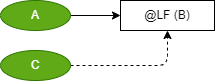
Before: Language/png/IF2.dio.png, a diagram exported from draw.io (DualsoftDev/ds). Source tidied: cells renumbered, new cells last; positions are measured from the earlier drawing's top-left corner, leaving out a move shared by most shapes.
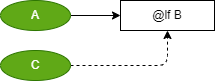
The same file after the commit.

Diff of the diagram source:
```diff
@@ -11,7 +11,7 @@
     <mxCell id="4" value="C" style="ellipse;whiteSpace=wrap;html=1;fillColor=#60a917;fontColor=#ffffff;strokeColor=#2D7600;" parent="1" vertex="1">
       <mxGeometry y="50" width="70" height="30" as="geometry" />
     </mxCell>
-    <mxCell id="5" value="@LF (B)" style="rounded=0;whiteSpace=wrap;html=1;" parent="1" vertex="1">
+    <mxCell id="5" value="@lf B" style="rounded=0;whiteSpace=wrap;html=1;" parent="1" vertex="1">
       <mxGeometry x="120" width="94" height="30" as="geometry" />
     </mxCell>
     <mxCell id="6" value="A" style="ellipse;whiteSpace=wrap;html=1;fillColor=#60a917;fontColor=#ffffff;strokeColor=#2D7600;" parent="1" vertex="1">
```
